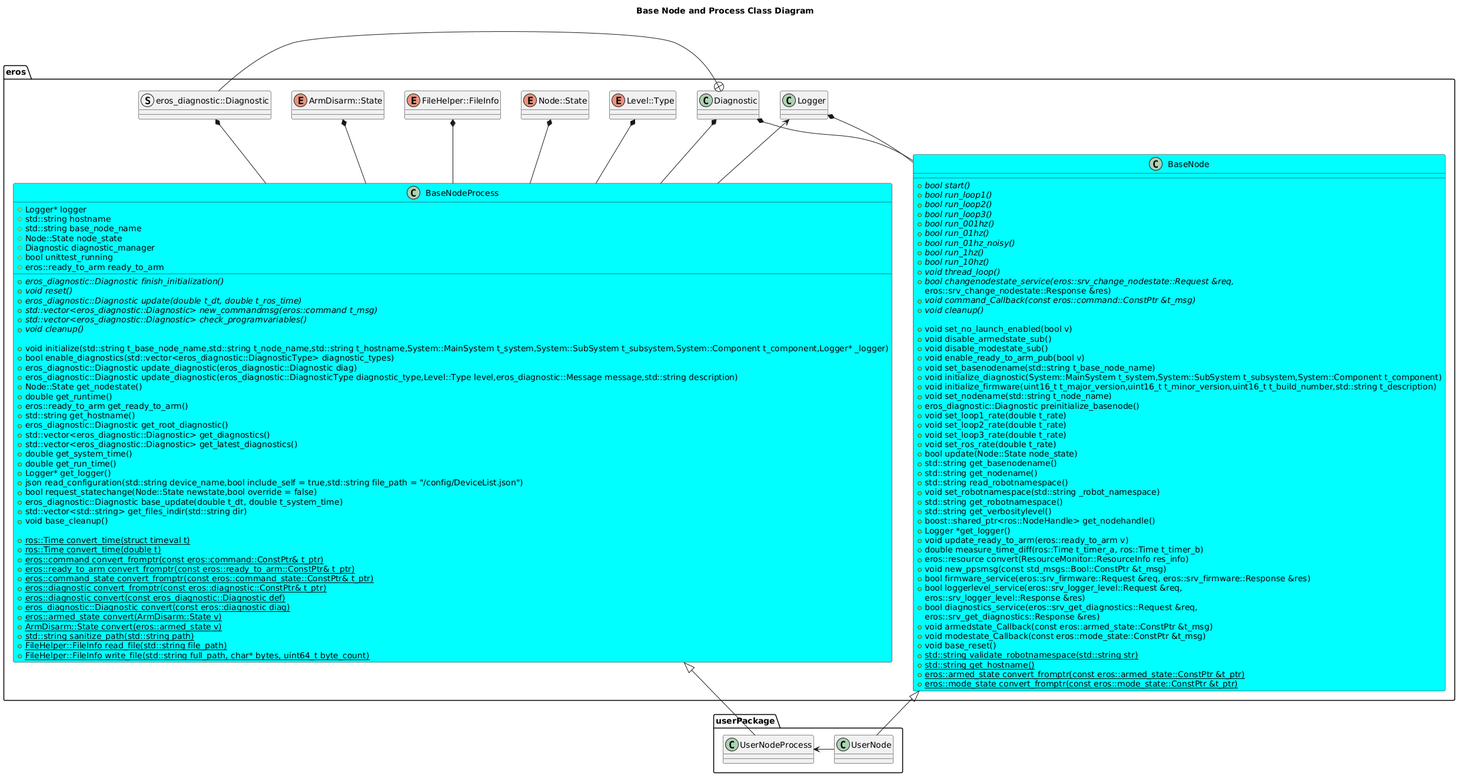
Earlier version of the PlantUML export include/eros/doc/output/BaseNodeClassDiagram.png (dgitz/eros).
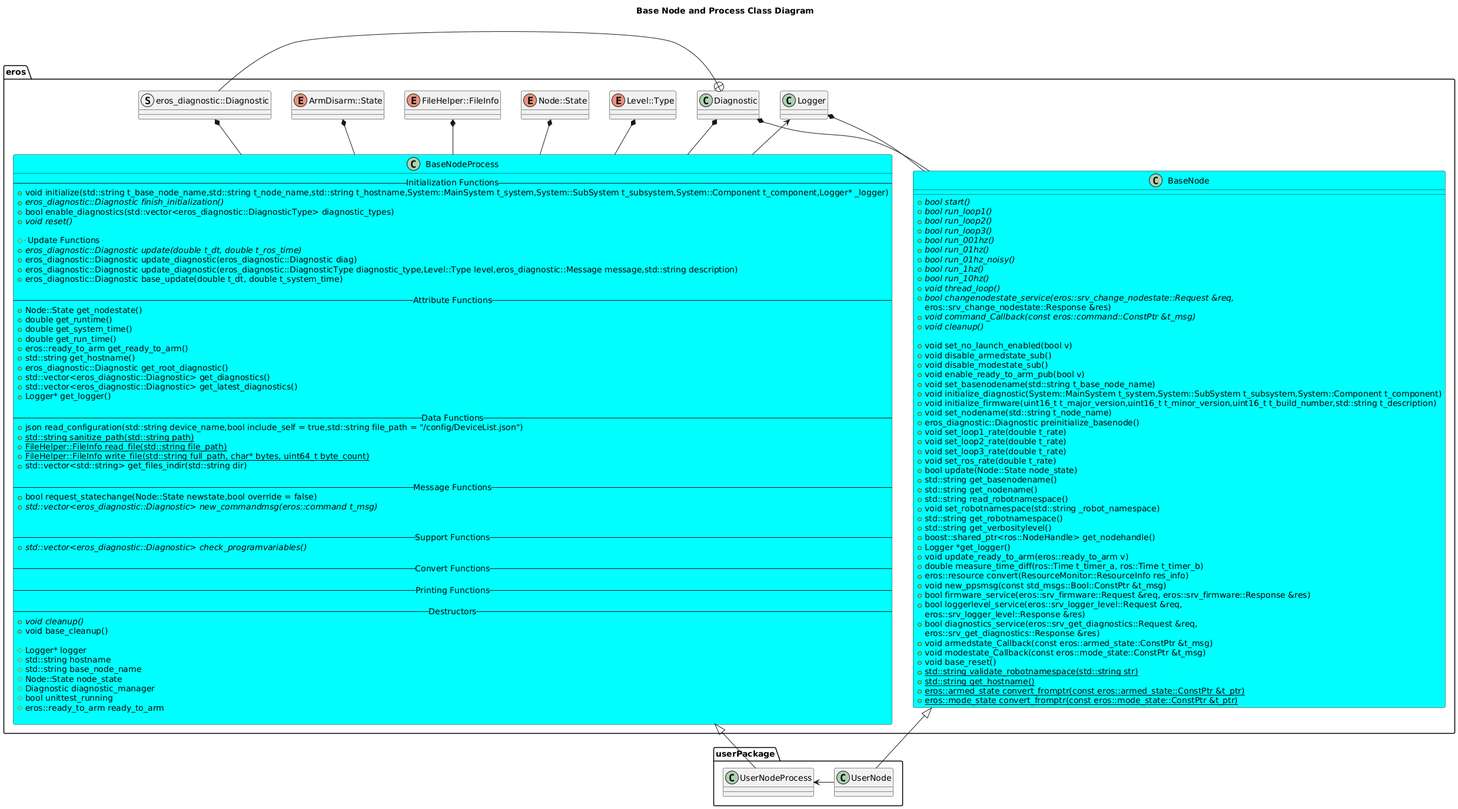
Above is the later version.

The edit, as a diff of the source:
```diff
@@ -22,46 +22,52 @@
     Logger *-- BaseNode
     Diagnostic +- eros_diagnostic::Diagnostic
     class BaseNodeProcess #Cyan {
+        -- Initialization Functions --
+        +void initialize(std::string t_base_node_name,std::string t_node_name,std::string t_hostname,System::MainSystem t_system,System::SubSystem t_subsystem,System::Component t_component,Logger* _logger)
         +{abstract} eros_diagnostic::Diagnostic finish_initialization()
+        +bool enable_diagnostics(std::vector<eros_diagnostic::DiagnosticType> diagnostic_types)
         +{abstract} void reset()
+
+        #-- Update Functions --
         +{abstract} eros_diagnostic::Diagnostic update(double t_dt, double t_ros_time)
-        +{abstract} std::vector<eros_diagnostic::Diagnostic> new_commandmsg(eros::command t_msg)
-        +{abstract} std::vector<eros_diagnostic::Diagnostic> check_programvariables()
-        +{abstract} void cleanup()
-
-        +void initialize(std::string t_base_node_name,std::string t_node_name,std::string t_hostname,System::MainSystem t_system,System::SubSystem t_subsystem,System::Component t_component,Logger* _logger)
-        +bool enable_diagnostics(std::vector<eros_diagnostic::DiagnosticType> diagnostic_types)
         +eros_diagnostic::Diagnostic update_diagnostic(eros_diagnostic::Diagnostic diag)
         +eros_diagnostic::Diagnostic update_diagnostic(eros_diagnostic::DiagnosticType diagnostic_type,Level::Type level,eros_diagnostic::Message message,std::string description)
+        +eros_diagnostic::Diagnostic base_update(double t_dt, double t_system_time)
+
+        -- Attribute Functions --
         +Node::State get_nodestate()
         +double get_runtime()
+        +double get_system_time()
+        +double get_run_time()
         +eros::ready_to_arm get_ready_to_arm()
         +std::string get_hostname()
         +eros_diagnostic::Diagnostic get_root_diagnostic()
         +std::vector<eros_diagnostic::Diagnostic> get_diagnostics()
         +std::vector<eros_diagnostic::Diagnostic> get_latest_diagnostics()
-        +double get_system_time()
-        +double get_run_time()
         +Logger* get_logger()
+
+        -- Data Functions --
         +json read_configuration(std::string device_name,bool include_self = true,std::string file_path = "~/config/DeviceList.json")
-        +bool request_statechange(Node::State newstate,bool override = false)
-        +eros_diagnostic::Diagnostic base_update(double t_dt, double t_system_time)
-        +std::vector<std::string> get_files_indir(std::string dir)
-        +void base_cleanup()
-
-        +{static} ros::Time convert_time(struct timeval t)
-        +{static} ros::Time convert_time(double t)
-        +{static} eros::command convert_fromptr(const eros::command::ConstPtr& t_ptr)
-        +{static} eros::ready_to_arm convert_fromptr(const eros::ready_to_arm::ConstPtr& t_ptr)
-        +{static} eros::command_state convert_fromptr(const eros::command_state::ConstPtr& t_ptr)
-        +{static} eros::diagnostic convert_fromptr(const eros::diagnostic::ConstPtr& t_ptr)
-        +{static} eros::diagnostic convert(const eros_diagnostic::Diagnostic def)
-        +{static} eros_diagnostic::Diagnostic convert(const eros::diagnostic diag)
-        +{static} eros::armed_state convert(ArmDisarm::State v)
-        +{static} ArmDisarm::State convert(eros::armed_state v)
         +{static} std::string sanitize_path(std::string path)
         +{static} FileHelper::FileInfo read_file(std::string file_path)
         +{static} FileHelper::FileInfo write_file(std::string full_path, char* bytes, uint64_t byte_count)
+        +std::vector<std::string> get_files_indir(std::string dir)
+
+        -- Message Functions --
+        +bool request_statechange(Node::State newstate,bool override = false)
+        +{abstract} std::vector<eros_diagnostic::Diagnostic> new_commandmsg(eros::command t_msg)
+
+
+        -- Support Functions --
+        +{abstract} std::vector<eros_diagnostic::Diagnostic> check_programvariables()
+
+        -- Convert Functions --
+
+        -- Printing Functions --
+
+        -- Destructors --
+        +{abstract} void cleanup()
+        +void base_cleanup()
 
         #Logger* logger
         #std::string hostname
```
